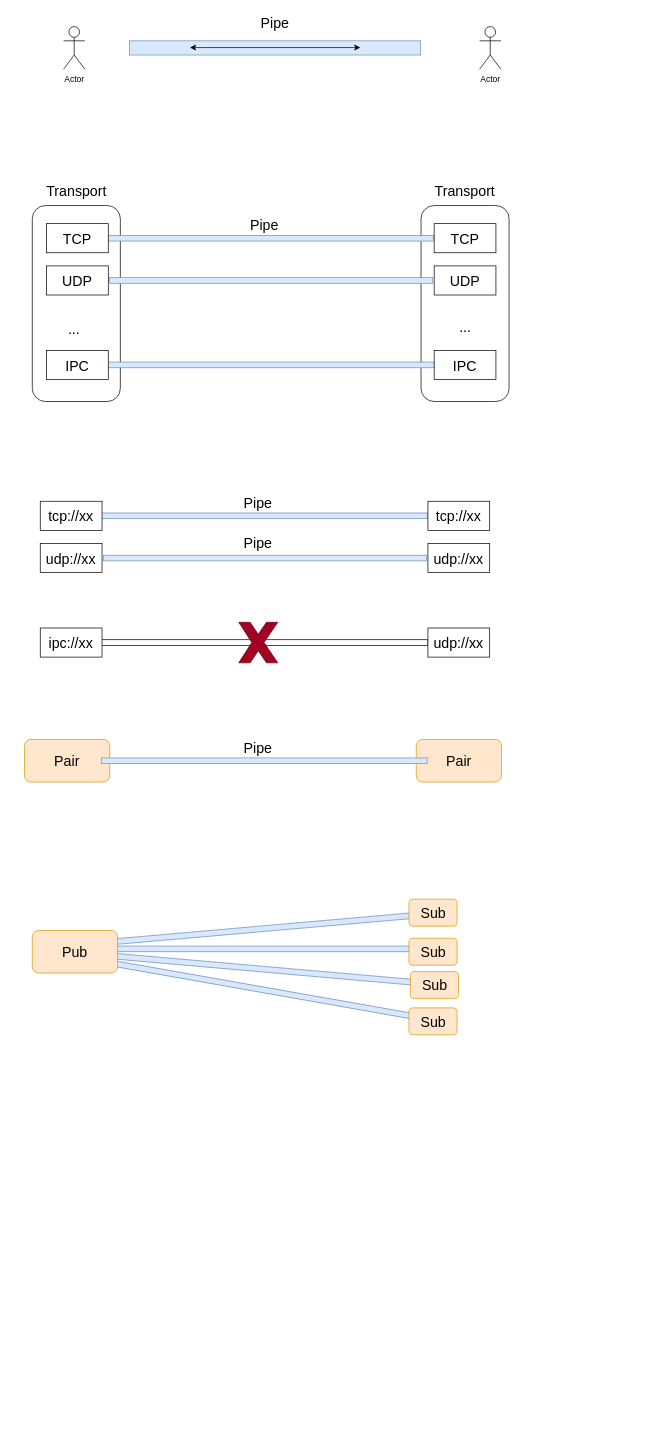
This is 未命名绘图.drawio from qiuyeyijian/Diagram, a draw.io file, before an edit. Source tidied: cells renumbered, new cells numbered last; positions are measured from the earlier drawing's top-left corner, leaving out a move shared by most shapes. Both pictures are drawn from the tidied source at 71%, with x=0, y=0 at pixel (24, 12).
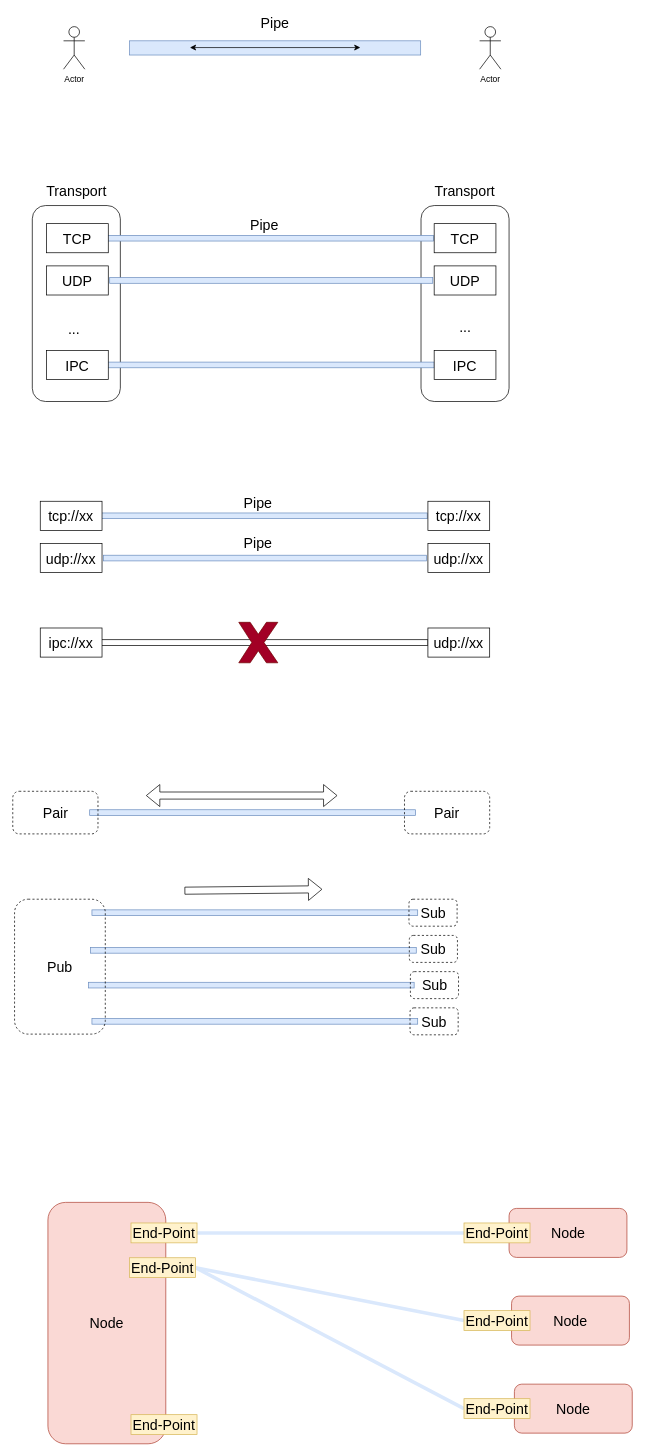
The same diagram, later.

Commit message:
更新未命名绘图.drawio

The edit, as a diff of the source:
```diff
@@
+    <mxCell id="37" style="rounded=0;whiteSpace=wrap;html=1;fillColor=#dae8fc;strokeColor=#6c8ebf;" parent="1" vertex="1">
+      <mxGeometry x="91.8" y="1123" width="459" height="8" as="geometry" />
+    </mxCell>
-    <mxCell id="2" value="Pair" style="rounded=1;whiteSpace=wrap;html=1;fillColor=#ffe6cc;strokeColor=#d79b00;fontSize=20;" parent="1" vertex="1">
-      <mxGeometry x="551.8" y="1024" width="120" height="60" as="geometry" />
+    <mxCell id="2" value="Pair" style="rounded=1;whiteSpace=wrap;html=1;fontSize=20;fillColor=none;dashed=1;" parent="1" vertex="1">
+      <mxGeometry x="535.2" y="1097" width="120" height="60" as="geometry" />
     </mxCell>
-    <mxCell id="3" value="Pair" style="rounded=1;whiteSpace=wrap;html=1;fillColor=#ffe6cc;strokeColor=#d79b00;fontSize=20;" parent="1" vertex="1">
-      <mxGeometry y="1024" width="120" height="60" as="geometry" />
+    <mxCell id="3" value="Pair" style="rounded=1;whiteSpace=wrap;html=1;fontSize=20;fillColor=none;dashed=1;" parent="1" vertex="1">
+      <mxGeometry x="-16.5" y="1097" width="120" height="60" as="geometry" />
     </mxCell>
@@
-    <mxCell id="37" style="rounded=0;whiteSpace=wrap;html=1;fillColor=#dae8fc;strokeColor=#6c8ebf;" parent="1" vertex="1">
-      <mxGeometry x="108.2" y="1050" width="459" height="8" as="geometry" />
-    </mxCell>
-    <mxCell id="38" style="rounded=0;whiteSpace=wrap;html=1;fillColor=#dae8fc;strokeColor=#6c8ebf;rotation=-5;" parent="1" vertex="1">
-      <mxGeometry x="101.2" y="1287" width="458.8" height="8" as="geometry" />
+    <mxCell id="38" style="rounded=0;whiteSpace=wrap;html=1;fillColor=#dae8fc;strokeColor=#6c8ebf;rotation=0;" parent="1" vertex="1">
+      <mxGeometry x="95" y="1264" width="458.8" height="8" as="geometry" />
     </mxCell>
-    <mxCell id="39" value="Pipe" style="text;html=1;strokeColor=none;fillColor=none;align=center;verticalAlign=middle;whiteSpace=wrap;rounded=0;fontSize=20;" parent="1" vertex="1">
-      <mxGeometry x="299.2" y="1020" width="60" height="30" as="geometry" />
-    </mxCell>
     <mxCell id="40" style="rounded=0;whiteSpace=wrap;html=1;fillColor=#dae8fc;strokeColor=#6c8ebf;" parent="1" vertex="1">
-      <mxGeometry x="100.8" y="1315" width="458.8" height="8" as="geometry" />
+      <mxGeometry x="93" y="1317" width="458.8" height="8" as="geometry" />
     </mxCell>
-    <mxCell id="41" style="rounded=0;whiteSpace=wrap;html=1;fillColor=#dae8fc;strokeColor=#6c8ebf;rotation=5;" parent="1" vertex="1">
-      <mxGeometry x="100.8" y="1343" width="458.8" height="8" as="geometry" />
+    <mxCell id="41" style="rounded=0;whiteSpace=wrap;html=1;fillColor=#dae8fc;strokeColor=#6c8ebf;rotation=0;" parent="1" vertex="1">
+      <mxGeometry x="90" y="1366" width="458.8" height="8" as="geometry" />
     </mxCell>
-    <mxCell id="42" style="rounded=0;whiteSpace=wrap;html=1;fillColor=#dae8fc;strokeColor=#6c8ebf;rotation=10;" parent="1" vertex="1">
-      <mxGeometry x="97.5" y="1371" width="458.8" height="8" as="geometry" />
+    <mxCell id="42" style="rounded=0;whiteSpace=wrap;html=1;fillColor=#dae8fc;strokeColor=#6c8ebf;rotation=0;" parent="1" vertex="1">
+      <mxGeometry x="95" y="1417" width="458.8" height="8" as="geometry" />
     </mxCell>
-    <mxCell id="43" value="Pub" style="rounded=1;whiteSpace=wrap;html=1;fillColor=#ffe6cc;strokeColor=#d79b00;fontSize=20;" parent="1" vertex="1">
-      <mxGeometry x="11" y="1293" width="120" height="60" as="geometry" />
+    <mxCell id="43" value="Pub" style="rounded=1;whiteSpace=wrap;html=1;fontSize=20;fillColor=none;dashed=1;" parent="1" vertex="1">
+      <mxGeometry x="-14" y="1249" width="127.8" height="190" as="geometry" />
     </mxCell>
-    <mxCell id="44" value="Sub" style="rounded=1;whiteSpace=wrap;html=1;fillColor=#ffe6cc;strokeColor=#d79b00;fontSize=20;" parent="1" vertex="1">
+    <mxCell id="44" value="Sub" style="rounded=1;whiteSpace=wrap;html=1;fontSize=20;fillColor=none;dashed=1;" parent="1" vertex="1">
       <mxGeometry x="541.5" y="1249" width="67.8" height="38" as="geometry" />
     </mxCell>
-    <mxCell id="45" value="Sub" style="rounded=1;whiteSpace=wrap;html=1;fillColor=#ffe6cc;strokeColor=#d79b00;fontSize=20;" parent="1" vertex="1">
-      <mxGeometry x="541.5" y="1304" width="67.8" height="38" as="geometry" />
+    <mxCell id="45" value="Sub" style="rounded=1;whiteSpace=wrap;html=1;fontSize=20;fillColor=none;dashed=1;" parent="1" vertex="1">
+      <mxGeometry x="542" y="1300" width="67.8" height="38" as="geometry" />
     </mxCell>
-    <mxCell id="46" value="Sub" style="rounded=1;whiteSpace=wrap;html=1;fillColor=#ffe6cc;strokeColor=#d79b00;fontSize=20;" parent="1" vertex="1">
+    <mxCell id="46" value="Sub" style="rounded=1;whiteSpace=wrap;html=1;fontSize=20;fillColor=none;dashed=1;" parent="1" vertex="1">
       <mxGeometry x="543.5" y="1351" width="67.8" height="38" as="geometry" />
     </mxCell>
-    <mxCell id="47" value="Sub" style="rounded=1;whiteSpace=wrap;html=1;fillColor=#ffe6cc;strokeColor=#d79b00;fontSize=20;" parent="1" vertex="1">
-      <mxGeometry x="541.5" y="1402" width="67.8" height="38" as="geometry" />
+    <mxCell id="47" value="Sub" style="rounded=1;whiteSpace=wrap;html=1;fontSize=20;fillColor=none;dashed=1;" parent="1" vertex="1">
+      <mxGeometry x="543" y="1402" width="67.8" height="38" as="geometry" />
     </mxCell>
+    <mxCell id="48" style="shape=flexArrow;endArrow=classic;html=1;rounded=0;fontSize=20;" parent="1" edge="1">
+      <mxGeometry relative="1" as="geometry">
+        <mxPoint x="225.4" y="1237" as="sourcePoint" />
+        <mxPoint x="419.4" y="1235" as="targetPoint" />
+      </mxGeometry>
+    </mxCell>
+    <mxCell id="49" style="shape=flexArrow;endArrow=classic;startArrow=classic;html=1;rounded=0;fontSize=20;" parent="1" edge="1">
+      <mxGeometry relative="1" as="geometry">
+        <mxPoint x="171.1" y="1103" as="sourcePoint" />
+        <mxPoint x="440.7" y="1103" as="targetPoint" />
+      </mxGeometry>
+    </mxCell>
+    <mxCell id="50" value="Node" style="rounded=1;whiteSpace=wrap;html=1;fontSize=20;fillColor=#fad9d5;strokeColor=#ae4132;" parent="1" vertex="1">
+      <mxGeometry x="33" y="1676" width="166" height="340" as="geometry" />
+    </mxCell>
+    <mxCell id="51" style="edgeStyle=none;rounded=0;jettySize=auto;html=1;exitX=1;exitY=0.5;exitDx=0;exitDy=0;entryX=0;entryY=0.5;entryDx=0;entryDy=0;strokeColor=#dae8fc;fontSize=20;fillColor=#DAE8FC;strokeWidth=5;startArrow=none;startFill=0;endArrow=none;endFill=0;" parent="1" edge="1" source="52" target="60">
+      <mxGeometry relative="1" as="geometry" />
+    </mxCell>
+    <mxCell id="52" value="End-Point" style="rounded=0;whiteSpace=wrap;html=1;fontSize=20;fillColor=#fff2cc;strokeColor=#d6b656;" parent="1" vertex="1">
+      <mxGeometry x="150" y="1705" width="93" height="28" as="geometry" />
+    </mxCell>
+    <mxCell id="53" style="edgeStyle=none;rounded=0;jettySize=auto;html=1;exitX=1;exitY=0.5;exitDx=0;exitDy=0;entryX=0;entryY=0.5;entryDx=0;entryDy=0;strokeColor=#dae8fc;strokeWidth=5;fontSize=20;startArrow=none;startFill=0;endArrow=none;endFill=0;fillColor=#DAE8FC;" parent="1" edge="1" source="55" target="61">
+      <mxGeometry relative="1" as="geometry" />
+    </mxCell>
+    <mxCell id="54" style="edgeStyle=none;rounded=0;jettySize=auto;html=1;exitX=1;exitY=0.5;exitDx=0;exitDy=0;entryX=0;entryY=0.5;entryDx=0;entryDy=0;strokeColor=#dae8fc;strokeWidth=5;fontSize=20;startArrow=none;startFill=0;endArrow=none;endFill=0;fillColor=#DAE8FC;" parent="1" edge="1" source="55" target="62">
+      <mxGeometry relative="1" as="geometry" />
+    </mxCell>
+    <mxCell id="55" value="End-Point" style="rounded=0;whiteSpace=wrap;html=1;fontSize=20;fillColor=#fff2cc;strokeColor=#d6b656;" parent="1" vertex="1">
+      <mxGeometry x="148" y="1754" width="93" height="28" as="geometry" />
+    </mxCell>
+    <mxCell id="56" value="End-Point" style="rounded=0;whiteSpace=wrap;html=1;fontSize=20;fillColor=#fff2cc;strokeColor=#d6b656;" parent="1" vertex="1">
+      <mxGeometry x="150" y="1975" width="93" height="28" as="geometry" />
+    </mxCell>
+    <mxCell id="57" value="Node" style="rounded=1;whiteSpace=wrap;html=1;fontSize=20;fillColor=#fad9d5;strokeColor=#ae4132;" parent="1" vertex="1">
+      <mxGeometry x="682.5" y="1684.5" width="166" height="69" as="geometry" />
+    </mxCell>
+    <mxCell id="58" value="Node" style="rounded=1;whiteSpace=wrap;html=1;fontSize=20;fillColor=#fad9d5;strokeColor=#ae4132;" parent="1" vertex="1">
+      <mxGeometry x="686" y="1808" width="166" height="69" as="geometry" />
+    </mxCell>
+    <mxCell id="59" value="Node" style="rounded=1;whiteSpace=wrap;html=1;fontSize=20;fillColor=#fad9d5;strokeColor=#ae4132;" parent="1" vertex="1">
+      <mxGeometry x="690" y="1932" width="166" height="69" as="geometry" />
+    </mxCell>
+    <mxCell id="60" value="End-Point" style="rounded=0;whiteSpace=wrap;html=1;fontSize=20;flipH=1;fillColor=#fff2cc;strokeColor=#d6b656;" parent="1" vertex="1">
+      <mxGeometry x="619" y="1705" width="93" height="28" as="geometry" />
+    </mxCell>
+    <mxCell id="61" value="End-Point" style="rounded=0;whiteSpace=wrap;html=1;fontSize=20;flipH=1;fillColor=#fff2cc;strokeColor=#d6b656;" parent="1" vertex="1">
+      <mxGeometry x="619" y="1828.5" width="93" height="28" as="geometry" />
+    </mxCell>
+    <mxCell id="62" value="End-Point" style="rounded=0;whiteSpace=wrap;html=1;fontSize=20;flipH=1;fillColor=#fff2cc;strokeColor=#d6b656;" parent="1" vertex="1">
+      <mxGeometry x="619" y="1952.5" width="93" height="28" as="geometry" />
+    </mxCell>
```
